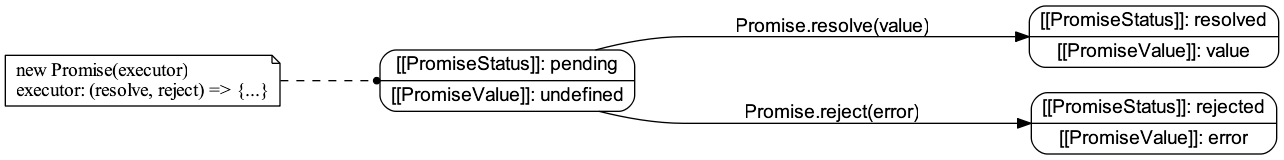
Before: static/image/2019/08/promise-states.png, a diagram exported from Graphviz (Jeanhwea/jeanhwea.github.io). Its source is kept beside it as static/image/2019/08/promise-states.dot.
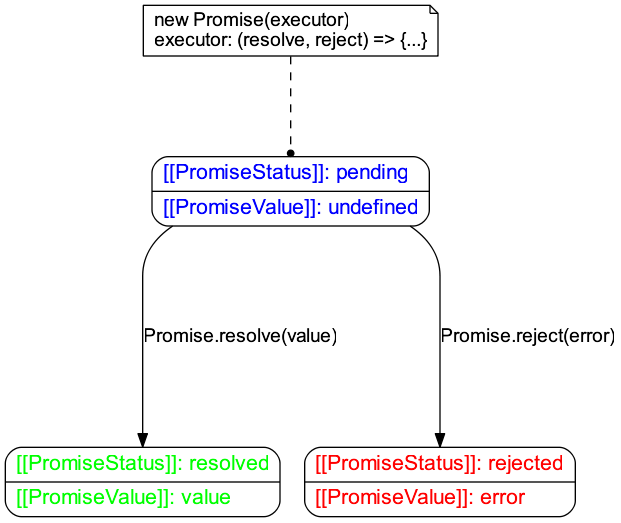
After the change.

What changed in the source:
```diff
@@ -1,13 +1,16 @@
 digraph PromiseStates {
-  rankdir=LR;
-  new_note[shape=note, label="new Promise(executor)\lexecutor: (resolve, reject) => {...}"];
+  new_note
+  [
+    shape=note, fontsize=14, fontname="Arial",
+    label="new Promise(executor)\lexecutor: (resolve, reject) => {...}"
+  ];
 
-  node [shape=Mrecord, fontname="Arial"];
-  edge [minlen=4, fontname="Arial"];
+  node [shape=Mrecord, fontname="Arial", fontsize=16];
+  edge [minlen=4, fontname="Arial", fontsize=14];
 
-  pending [label="[[PromiseStatus]]: pending|[[PromiseValue]]: undefined"];
-  resolved [label="[[PromiseStatus]]: resolved|[[PromiseValue]]: value"];
-  rejected [label="[[PromiseStatus]]: rejected|[[PromiseValue]]: error"];
+  pending [fontcolor=blue, label="{[[PromiseStatus]]: pending\l|[[PromiseValue]]: undefined\l}"];
+  resolved [fontcolor=green, label="{[[PromiseStatus]]: resolved\l|[[PromiseValue]]: value\l}"];
+  rejected [fontcolor=red, label="{[[PromiseStatus]]: rejected\l|[[PromiseValue]]: error\l}"];
 
   new_note -> pending [style=dashed, arrowhead=dot, arrowsize=0.6, minlen=2];
   pending -> resolved [label="Promise.resolve(value)"];
```
